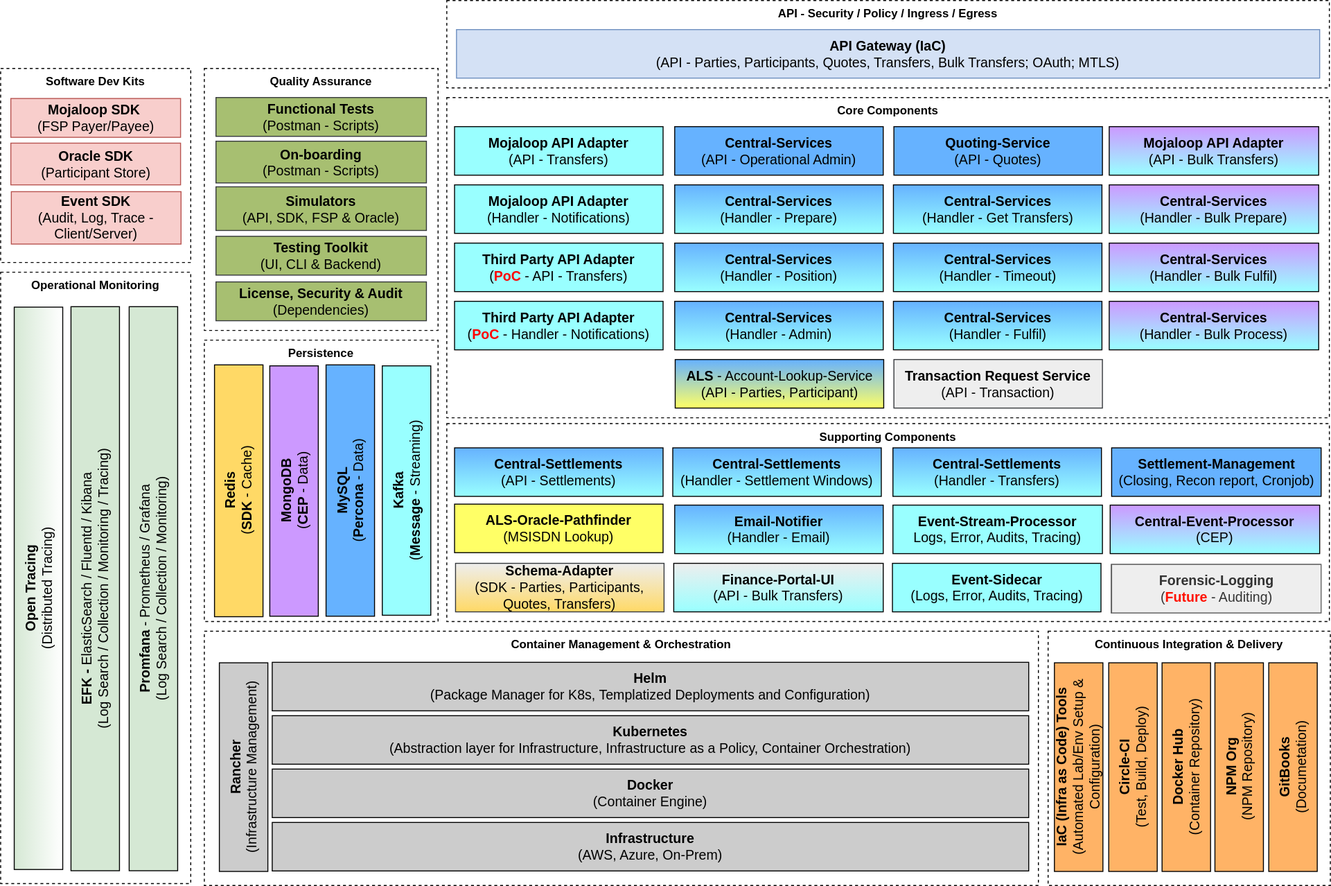
Earlier version of the draw.io export mojaloop-technical-overview/overview/assets/diagrams/architecture/Arch-Mojaloop-overview-PI12.svg (mojaloop/documentation). Source tidied: cells renumbered, new cells last; positions are measured from the earlier drawing's top-left corner, leaving out a move shared by most shapes.
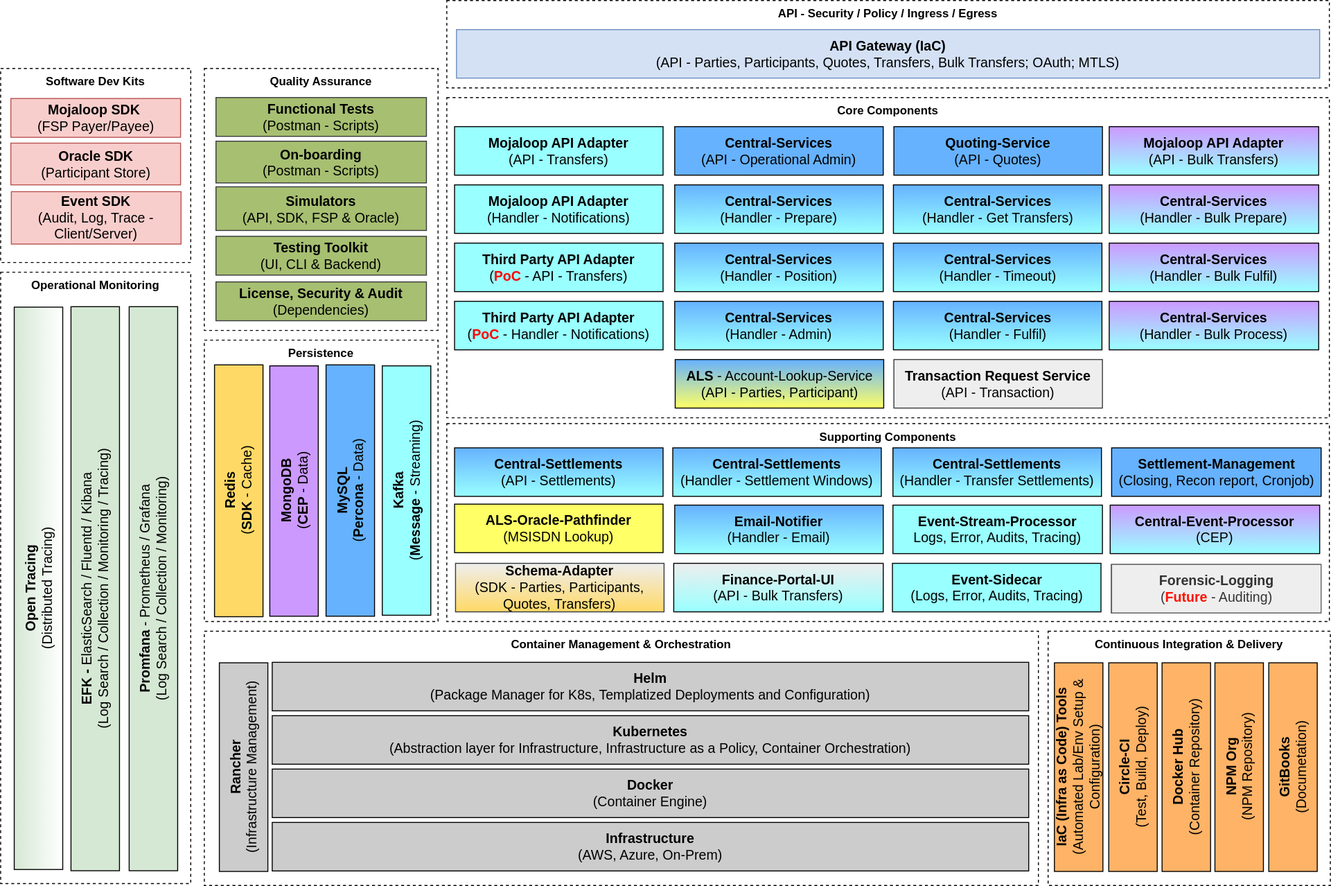
The same diagram one commit later.

Commit message:
Updated to PI12 Architecture Overview

Diff of the diagram source:
```diff
@@ -197,7 +197,7 @@
     <mxCell id="66" value="&lt;b style=&quot;font-size: 14px&quot;&gt;Central-Settlements&lt;/b&gt;&lt;br style=&quot;font-size: 14px&quot;&gt;(Handler - Settlement Windows)" style="rounded=0;whiteSpace=wrap;html=1;fontColor=#000000;align=center;fillColor=#66B2FF;fontSize=14;rotation=0;gradientColor=#99FFFF;" parent="1" vertex="1">
       <mxGeometry x="944" y="461" width="215" height="50" as="geometry" />
     </mxCell>
-    <mxCell id="67" value="&lt;b style=&quot;font-size: 14px&quot;&gt;Central-Settlements&lt;/b&gt;&lt;br style=&quot;font-size: 14px&quot;&gt;(Handler - Transfers)" style="rounded=0;whiteSpace=wrap;html=1;fontColor=#000000;align=center;fillColor=#66B2FF;fontSize=14;rotation=0;gradientColor=#99FFFF;" parent="1" vertex="1">
+    <mxCell id="67" value="&lt;b style=&quot;font-size: 14px&quot;&gt;Central-Settlements&lt;/b&gt;&lt;br style=&quot;font-size: 14px&quot;&gt;(Handler - Transfer Settlements)" style="rounded=0;whiteSpace=wrap;html=1;fontColor=#000000;align=center;fillColor=#66B2FF;fontSize=14;rotation=0;gradientColor=#99FFFF;" parent="1" vertex="1">
       <mxGeometry x="1171" y="461" width="215" height="50" as="geometry" />
     </mxCell>
   </root>
```
